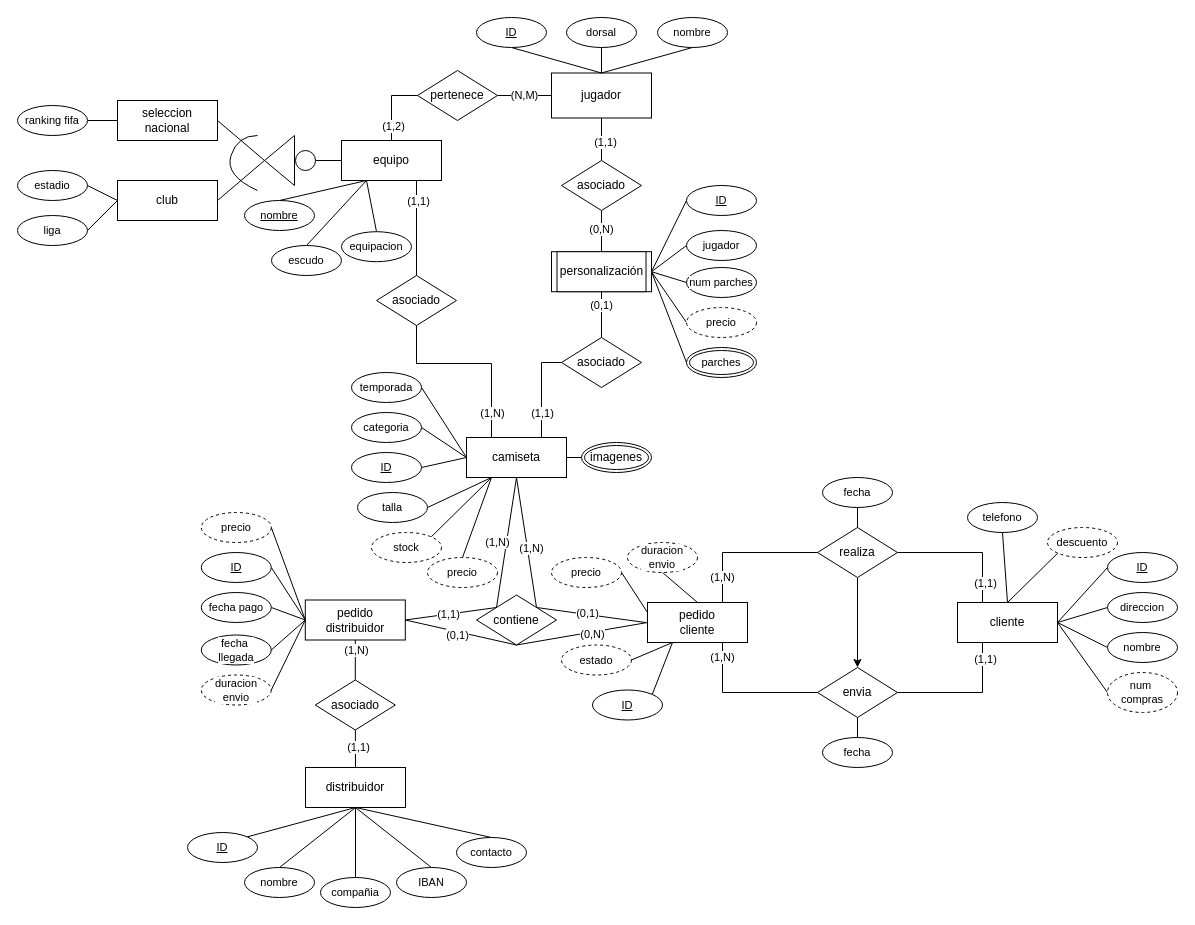
Above: pedidos_camisetas.drawio in Robertpm01/ADBD (draw.io), before the change. Source tidied: cells renumbered, new cells numbered last; positions are measured from the earlier drawing's top-left corner, leaving out a move shared by most shapes. Both pictures are drawn from the tidied source at 100%, with x=0, y=0 at pixel (17, 17).
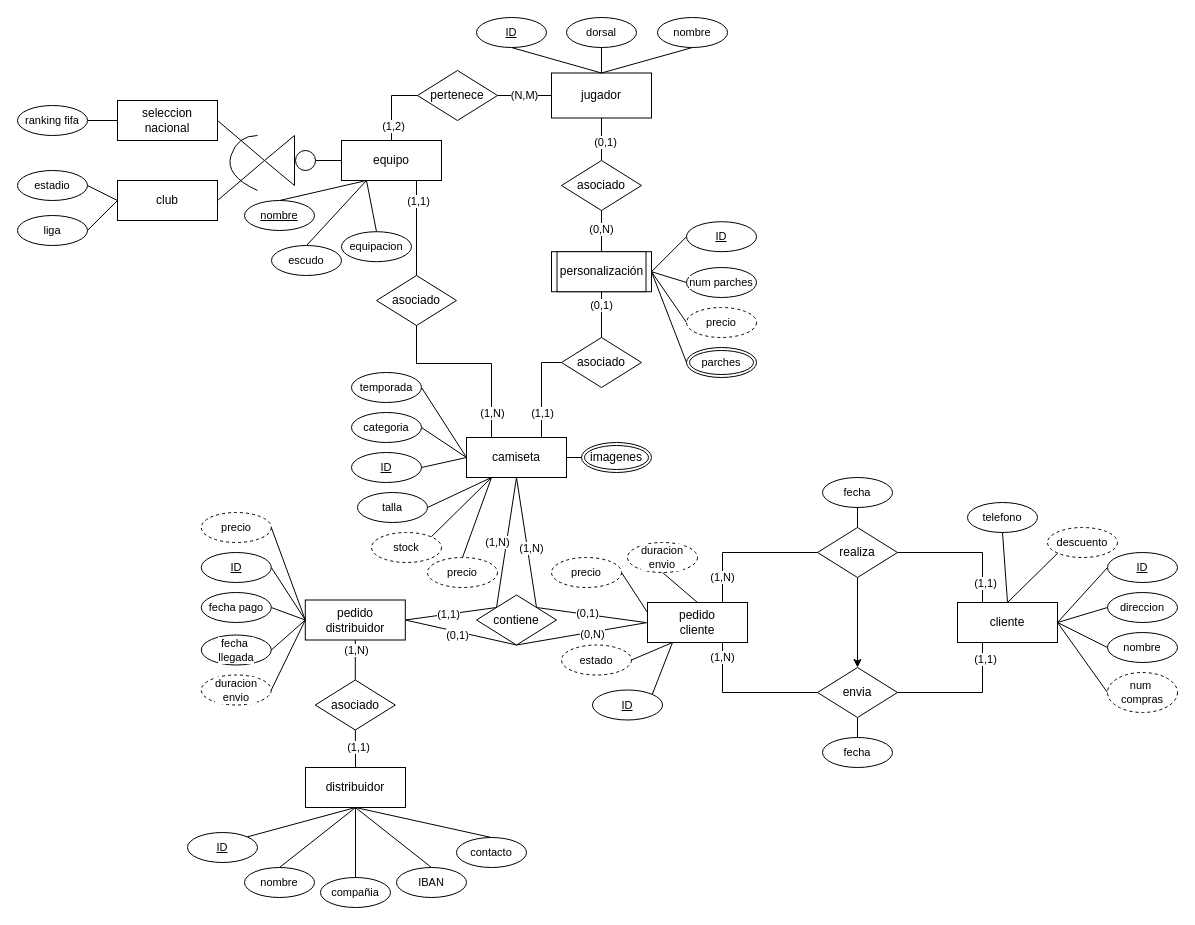
After the change.

Unchanged cells that the change refers to:
```xml
<mxCell id="37" style="edgeStyle=none;shape=connector;rounded=0;jettySize=auto;html=1;exitX=0.5;exitY=1;exitDx=0;exitDy=0;entryX=0.5;entryY=0;entryDx=0;entryDy=0;strokeColor=default;align=center;verticalAlign=middle;fontFamily=Helvetica;fontSize=11;fontColor=default;labelBackgroundColor=default;endArrow=none;endFill=0;" parent="1" edge="1" source="39" target="104">
  <mxGeometry relative="1" as="geometry" />
</mxCell>
<mxCell id="101" value="personalización" style="whiteSpace=wrap;html=1;align=center;" parent="1" vertex="1">
  <mxGeometry x="534" y="234.2" width="100" height="40" as="geometry" />
</mxCell>
```

The edit, as a diff of the source:
```diff
@@
-    <mxCell id="38" value="(1,1)" style="edgeLabel;html=1;align=center;verticalAlign=middle;fontFamily=Helvetica;fontSize=11;fontColor=default;labelBackgroundColor=default;" parent="37" vertex="1">
+    <mxCell id="38" value="(0,1)" style="edgeLabel;html=1;align=center;verticalAlign=middle;fontFamily=Helvetica;fontSize=11;fontColor=default;labelBackgroundColor=default;" parent="37" vertex="1">
       <mxGeometry x="0.11" y="3" relative="1" as="geometry" />
     </mxCell>
@@
-    <mxCell id="100" style="edgeStyle=none;shape=connector;rounded=0;jettySize=auto;html=1;exitX=1;exitY=0.5;exitDx=0;exitDy=0;entryX=0;entryY=0.5;entryDx=0;entryDy=0;strokeColor=default;align=center;verticalAlign=middle;fontFamily=Helvetica;fontSize=11;fontColor=default;labelBackgroundColor=default;endArrow=none;endFill=0;" parent="1" edge="1" source="101" target="146">
-      <mxGeometry relative="1" as="geometry" />
-    </mxCell>
@@
     <mxCell id="127" value="ID" style="ellipse;whiteSpace=wrap;html=1;align=center;fontStyle=4;fontFamily=Helvetica;fontSize=11;fontColor=default;labelBackgroundColor=default;" parent="1" vertex="1">
-      <mxGeometry x="669" y="168" width="70" height="30" as="geometry" />
+      <mxGeometry x="669" y="204.2" width="70" height="30" as="geometry" />
     </mxCell>
@@
-    <mxCell id="146" value="jugador" style="ellipse;whiteSpace=wrap;html=1;align=center;fontFamily=Helvetica;fontSize=11;fontColor=default;labelBackgroundColor=default;" parent="1" vertex="1">
-      <mxGeometry x="669" y="213" width="70" height="30" as="geometry" />
-    </mxCell>
```
